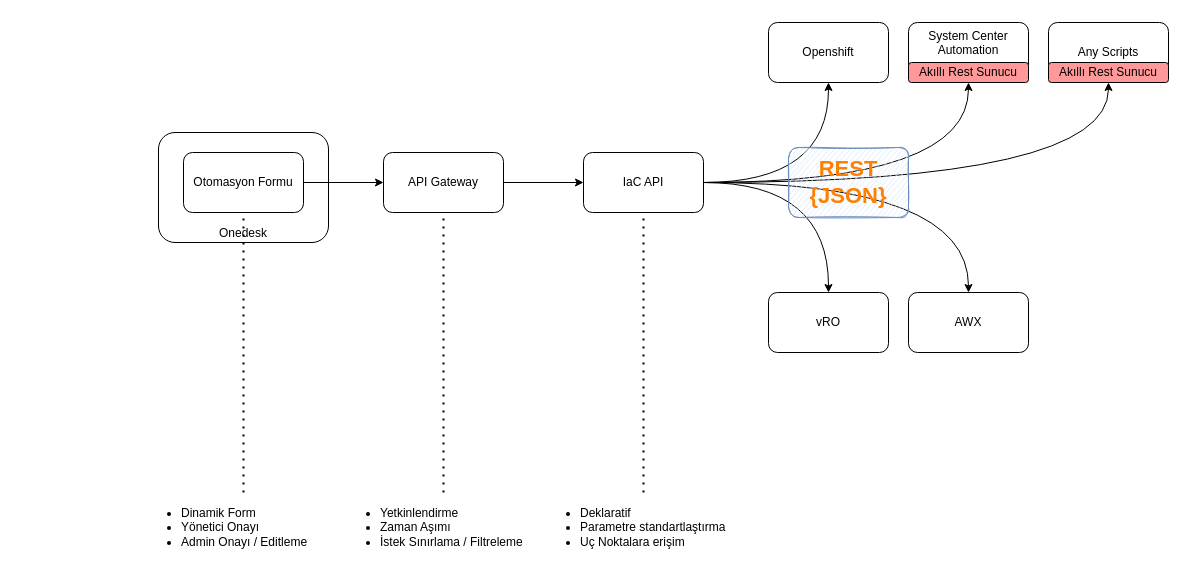
This is page "Genel Bakış" (1 of 2) of iac-flow.drawio from haidouks/draw.io, a draw.io file, before an edit. Source tidied: cells renumbered, new cells numbered last; positions are measured from the earlier drawing's top-left corner, leaving out a move shared by most shapes. Both pictures are drawn from the tidied source at 100%, with x=0, y=0 at pixel (140, 22).
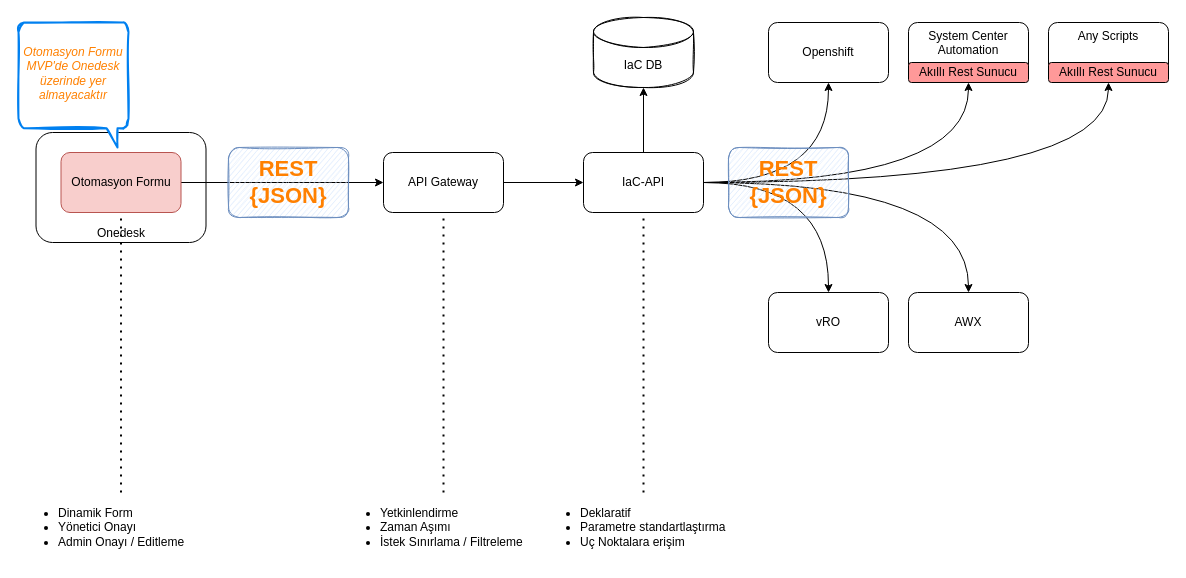
The same diagram, later.

The edit, as a diff of the source:
```diff
@@
     <mxCell id="2" value="Onedesk" style="rounded=1;whiteSpace=wrap;html=1;verticalAlign=bottom;" parent="1" vertex="1">
-      <mxGeometry x="18" y="110" width="170" height="110" as="geometry" />
+      <mxGeometry x="-104.5" y="110" width="170" height="110" as="geometry" />
     </mxCell>
@@
-    <mxCell id="4" value="Otomasyon Formu" style="whiteSpace=wrap;html=1;rounded=1;" parent="1" vertex="1">
-      <mxGeometry x="43" y="130" width="120" height="60" as="geometry" />
+    <mxCell id="4" value="Otomasyon Formu" style="whiteSpace=wrap;html=1;rounded=1;fillColor=#f8cecc;strokeColor=#b85450;" parent="1" vertex="1">
+      <mxGeometry x="-79.5" y="130" width="120" height="60" as="geometry" />
     </mxCell>
@@
+    <mxCell id="27" style="edgeStyle=orthogonalEdgeStyle;rounded=0;jettySize=auto;html=1;" parent="1" edge="1" source="12" target="28">
+      <mxGeometry relative="1" as="geometry" />
+    </mxCell>
-    <mxCell id="12" value="IaC API" style="whiteSpace=wrap;html=1;rounded=1;" parent="1" vertex="1">
+    <mxCell id="12" value="IaC-API" style="whiteSpace=wrap;html=1;rounded=1;" parent="1" vertex="1">
       <mxGeometry x="443" y="130" width="120" height="60" as="geometry" />
     </mxCell>
@@
-    <mxCell id="17" value="Any Scripts" style="rounded=1;whiteSpace=wrap;html=1;" parent="1" vertex="1">
+    <mxCell id="17" value="Any Scripts" style="rounded=1;whiteSpace=wrap;html=1;verticalAlign=top;" parent="1" vertex="1">
       <mxGeometry x="908" width="120" height="60" as="geometry" />
     </mxCell>
@@
     <mxCell id="21" value="&lt;ul&gt;&lt;li&gt;Dinamik Form&lt;br&gt;&lt;/li&gt;&lt;li&gt;Yönetici Onayı&lt;/li&gt;&lt;li&gt;Admin Onayı / Editleme&lt;/li&gt;&lt;/ul&gt;" style="text;html=1;strokeColor=none;fillColor=none;align=left;verticalAlign=middle;whiteSpace=wrap;rounded=0;dashed=1;spacingTop=10;spacing=0;" parent="1" vertex="1">
-      <mxGeometry x="0.5" y="470" width="205" height="60" as="geometry" />
+      <mxGeometry x="-122" y="470" width="205" height="60" as="geometry" />
     </mxCell>
@@
-    <mxCell id="24" value="&lt;font color=&quot;#ff8000&quot;&gt;&lt;span style=&quot;font-size: 22px&quot;&gt;REST&lt;br&gt;{JSON}&lt;/span&gt;&lt;/font&gt;" style="text;html=1;strokeColor=#6c8ebf;fillColor=#dae8fc;align=center;verticalAlign=middle;whiteSpace=wrap;rounded=1;fontStyle=1;sketch=1;" parent="1" vertex="1">
-      <mxGeometry x="648" y="125" width="120" height="70" as="geometry" />
-    </mxCell>
@@
+    <mxCell id="28" value="IaC DB" style="shape=cylinder3;whiteSpace=wrap;html=1;boundedLbl=1;backgroundOutline=1;size=15;sketch=1;" parent="1" vertex="1">
+      <mxGeometry x="453" y="-5" width="100" height="70" as="geometry" />
+    </mxCell>
+    <mxCell id="24" value="&lt;font color=&quot;#ff8000&quot;&gt;&lt;span style=&quot;font-size: 22px&quot;&gt;REST&lt;br&gt;{JSON}&lt;/span&gt;&lt;/font&gt;" style="text;html=1;strokeColor=#6c8ebf;fillColor=#dae8fc;align=center;verticalAlign=middle;whiteSpace=wrap;rounded=1;fontStyle=1;sketch=1;" parent="1" vertex="1">
+      <mxGeometry x="588" y="125" width="120" height="70" as="geometry" />
+    </mxCell>
+    <mxCell id="29" value="&lt;font color=&quot;#ff8000&quot;&gt;&lt;span style=&quot;font-size: 22px&quot;&gt;REST&lt;br&gt;{JSON}&lt;/span&gt;&lt;/font&gt;" style="text;html=1;strokeColor=#6c8ebf;fillColor=#dae8fc;align=center;verticalAlign=middle;whiteSpace=wrap;rounded=1;fontStyle=1;sketch=1;" parent="1" vertex="1">
+      <mxGeometry x="88" y="125" width="120" height="70" as="geometry" />
+    </mxCell>
+    <mxCell id="30" style="group;sketch=1;shadow=0;rounded=0;glass=0;" parent="1" vertex="1">
+      <mxGeometry x="-122" width="110" height="125" as="geometry" />
+    </mxCell>
+    <mxCell id="31" style="html=1;verticalLabelPosition=bottom;align=center;labelBackgroundColor=#ffffff;verticalAlign=top;strokeWidth=2;strokeColor=#0080F0;shadow=0;dashed=0;shape=mxgraph.ios7.icons.message;sketch=1;gradientColor=none;" parent="30" vertex="1">
+      <mxGeometry width="110" height="125" as="geometry" />
+    </mxCell>
+    <mxCell id="32" value="&lt;i&gt;&lt;font color=&quot;#ff8000&quot;&gt;Otomasyon Formu MVP'de Onedesk üzerinde yer almayacaktır&lt;/font&gt;&lt;/i&gt;" style="text;html=1;strokeColor=none;fillColor=none;align=center;verticalAlign=middle;whiteSpace=wrap;rounded=0;sketch=1;" parent="30" vertex="1">
+      <mxGeometry y="3.9" width="110" height="93.8" as="geometry" />
+    </mxCell>
```
